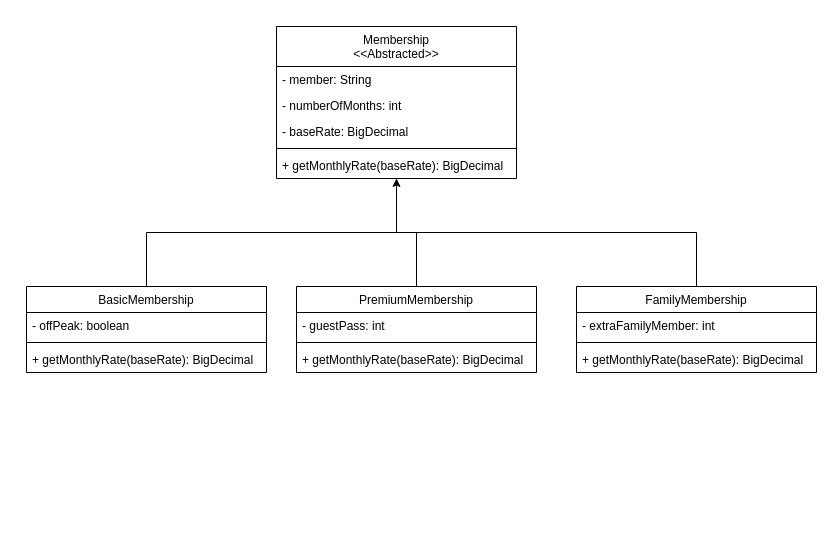
The draw.io diagram class-diagram-2.drawio in Adrian-Lewis217/gym-memberships, before the edit. Source tidied: cells renumbered, new cells numbered last; positions are measured from the earlier drawing's top-left corner, leaving out a move shared by most shapes. Both pictures are drawn from the tidied source at 100%, with x=0, y=0 at pixel (26, 26).
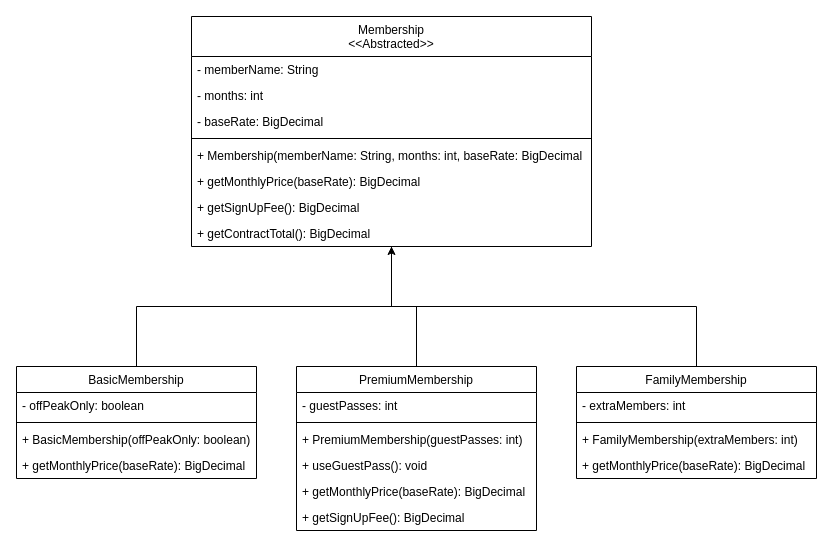
Above is the later version.

What changed in the source:
```diff
@@
     <mxCell id="5" value="Membership&#10;&lt;&lt;Abstracted&gt;&gt;" style="swimlane;fontStyle=0;align=center;verticalAlign=top;horizontal=1;startSize=40;rounded=0;shadow=0;strokeWidth=1;" parent="1" vertex="1">
-      <mxGeometry x="250" width="240" height="152" as="geometry" />
+      <mxGeometry x="165" y="-10" width="400" height="230" as="geometry" />
     </mxCell>
-    <mxCell id="6" value="- member: String" style="text;align=left;verticalAlign=top;spacingLeft=4;spacingRight=4;overflow=hidden;" parent="5" vertex="1">
-      <mxGeometry y="40" width="240" height="26" as="geometry" />
+    <mxCell id="6" value="- memberName: String" style="text;align=left;verticalAlign=top;spacingLeft=4;spacingRight=4;overflow=hidden;" parent="5" vertex="1">
+      <mxGeometry y="40" width="400" height="26" as="geometry" />
     </mxCell>
-    <mxCell id="7" value="- numberOfMonths: int" style="text;align=left;verticalAlign=top;spacingLeft=4;spacingRight=4;overflow=hidden;" parent="5" vertex="1">
-      <mxGeometry y="66" width="240" height="26" as="geometry" />
+    <mxCell id="7" value="- months: int" style="text;align=left;verticalAlign=top;spacingLeft=4;spacingRight=4;overflow=hidden;" parent="5" vertex="1">
+      <mxGeometry y="66" width="400" height="26" as="geometry" />
     </mxCell>
     <mxCell id="8" value="- baseRate: BigDecimal" style="text;align=left;verticalAlign=top;spacingLeft=4;spacingRight=4;overflow=hidden;" parent="5" vertex="1">
-      <mxGeometry y="92" width="240" height="26" as="geometry" />
+      <mxGeometry y="92" width="400" height="26" as="geometry" />
     </mxCell>
     <mxCell id="9" style="line;html=1;strokeWidth=1;align=left;verticalAlign=middle;spacingTop=-1;spacingLeft=3;spacingRight=3;labelPosition=right;" parent="5" vertex="1">
-      <mxGeometry y="118" width="240" height="8" as="geometry" />
+      <mxGeometry y="118" width="400" height="8" as="geometry" />
     </mxCell>
-    <mxCell id="10" value="+ getMonthlyRate(baseRate): BigDecimal" style="text;align=left;verticalAlign=top;spacingLeft=4;spacingRight=4;overflow=hidden;" parent="5" vertex="1">
-      <mxGeometry y="126" width="240" height="26" as="geometry" />
+    <mxCell id="10" value="+ Membership(memberName: String, months: int, baseRate: BigDecimal" style="text;align=left;verticalAlign=top;spacingLeft=4;spacingRight=4;overflow=hidden;" parent="5" vertex="1">
+      <mxGeometry y="126" width="400" height="26" as="geometry" />
     </mxCell>
+    <mxCell id="23" value="+ getMonthlyPrice(baseRate): BigDecimal" style="text;align=left;verticalAlign=top;spacingLeft=4;spacingRight=4;overflow=hidden;" parent="5" vertex="1">
+      <mxGeometry y="152" width="400" height="26" as="geometry" />
+    </mxCell>
+    <mxCell id="24" value="+ getSignUpFee(): BigDecimal" style="text;align=left;verticalAlign=top;spacingLeft=4;spacingRight=4;overflow=hidden;" parent="5" vertex="1">
+      <mxGeometry y="178" width="400" height="26" as="geometry" />
+    </mxCell>
+    <mxCell id="25" value="+ getContractTotal(): BigDecimal" style="text;align=left;verticalAlign=top;spacingLeft=4;spacingRight=4;overflow=hidden;" parent="5" vertex="1">
+      <mxGeometry y="204" width="400" height="26" as="geometry" />
+    </mxCell>
     <mxCell id="11" value="BasicMembership" style="swimlane;fontStyle=0;align=center;verticalAlign=top;horizontal=1;startSize=26;rounded=0;shadow=0;strokeWidth=1;" parent="1" vertex="1">
-      <mxGeometry y="260" width="240" height="86" as="geometry" />
+      <mxGeometry x="-10" y="340" width="240" height="112" as="geometry" />
     </mxCell>
-    <mxCell id="12" value="- offPeak: boolean" style="text;align=left;verticalAlign=top;spacingLeft=4;spacingRight=4;overflow=hidden;" parent="11" vertex="1">
+    <mxCell id="12" value="- offPeakOnly: boolean" style="text;align=left;verticalAlign=top;spacingLeft=4;spacingRight=4;overflow=hidden;" parent="11" vertex="1">
       <mxGeometry y="26" width="240" height="26" as="geometry" />
     </mxCell>
@@
-    <mxCell id="14" value="+ getMonthlyRate(baseRate): BigDecimal" style="text;align=left;verticalAlign=top;spacingLeft=4;spacingRight=4;overflow=hidden;" parent="11" vertex="1">
+    <mxCell id="14" value="+ BasicMembership(offPeakOnly: boolean)" style="text;align=left;verticalAlign=top;spacingLeft=4;spacingRight=4;overflow=hidden;" parent="11" vertex="1">
       <mxGeometry y="60" width="240" height="26" as="geometry" />
     </mxCell>
+    <mxCell id="26" value="+ getMonthlyPrice(baseRate): BigDecimal" style="text;align=left;verticalAlign=top;spacingLeft=4;spacingRight=4;overflow=hidden;" parent="11" vertex="1">
+      <mxGeometry y="86" width="240" height="26" as="geometry" />
+    </mxCell>
     <mxCell id="15" value="FamilyMembership" style="swimlane;fontStyle=0;align=center;verticalAlign=top;horizontal=1;startSize=26;rounded=0;shadow=0;strokeWidth=1;" parent="1" vertex="1">
-      <mxGeometry x="550" y="260" width="240" height="86" as="geometry" />
+      <mxGeometry x="550" y="340" width="240" height="112" as="geometry" />
     </mxCell>
-    <mxCell id="16" value="- extraFamilyMember: int" style="text;align=left;verticalAlign=top;spacingLeft=4;spacingRight=4;overflow=hidden;" parent="15" vertex="1">
+    <mxCell id="16" value="- extraMembers: int" style="text;align=left;verticalAlign=top;spacingLeft=4;spacingRight=4;overflow=hidden;" parent="15" vertex="1">
       <mxGeometry y="26" width="240" height="26" as="geometry" />
     </mxCell>
@@
-    <mxCell id="18" value="+ getMonthlyRate(baseRate): BigDecimal" style="text;align=left;verticalAlign=top;spacingLeft=4;spacingRight=4;overflow=hidden;" parent="15" vertex="1">
+    <mxCell id="18" value="+ FamilyMembership(extraMembers: int)" style="text;align=left;verticalAlign=top;spacingLeft=4;spacingRight=4;overflow=hidden;" parent="15" vertex="1">
       <mxGeometry y="60" width="240" height="26" as="geometry" />
     </mxCell>
+    <mxCell id="27" value="+ getMonthlyPrice(baseRate): BigDecimal" style="text;align=left;verticalAlign=top;spacingLeft=4;spacingRight=4;overflow=hidden;" parent="15" vertex="1">
+      <mxGeometry y="86" width="240" height="26" as="geometry" />
+    </mxCell>
     <mxCell id="19" value="PremiumMembership" style="swimlane;fontStyle=0;align=center;verticalAlign=top;horizontal=1;startSize=26;rounded=0;shadow=0;strokeWidth=1;" parent="1" vertex="1">
-      <mxGeometry x="270" y="260" width="240" height="86" as="geometry" />
+      <mxGeometry x="270" y="340" width="240" height="164" as="geometry" />
     </mxCell>
-    <mxCell id="20" value="- guestPass: int" style="text;align=left;verticalAlign=top;spacingLeft=4;spacingRight=4;overflow=hidden;" parent="19" vertex="1">
+    <mxCell id="20" value="- guestPasses: int" style="text;align=left;verticalAlign=top;spacingLeft=4;spacingRight=4;overflow=hidden;" parent="19" vertex="1">
       <mxGeometry y="26" width="240" height="26" as="geometry" />
     </mxCell>
@@
-    <mxCell id="22" value="+ getMonthlyRate(baseRate): BigDecimal" style="text;align=left;verticalAlign=top;spacingLeft=4;spacingRight=4;overflow=hidden;" parent="19" vertex="1">
+    <mxCell id="22" value="+ PremiumMembership(guestPasses: int)" style="text;align=left;verticalAlign=top;spacingLeft=4;spacingRight=4;overflow=hidden;" parent="19" vertex="1">
       <mxGeometry y="60" width="240" height="26" as="geometry" />
     </mxCell>
+    <mxCell id="28" value="+ useGuestPass(): void" style="text;align=left;verticalAlign=top;spacingLeft=4;spacingRight=4;overflow=hidden;" parent="19" vertex="1">
+      <mxGeometry y="86" width="240" height="26" as="geometry" />
+    </mxCell>
+    <mxCell id="29" value="+ getMonthlyPrice(baseRate): BigDecimal" style="text;align=left;verticalAlign=top;spacingLeft=4;spacingRight=4;overflow=hidden;" parent="19" vertex="1">
+      <mxGeometry y="112" width="240" height="26" as="geometry" />
+    </mxCell>
+    <mxCell id="30" value="+ getSignUpFee(): BigDecimal" style="text;align=left;verticalAlign=top;spacingLeft=4;spacingRight=4;overflow=hidden;" parent="19" vertex="1">
+      <mxGeometry y="138" width="240" height="26" as="geometry" />
+    </mxCell>
```
